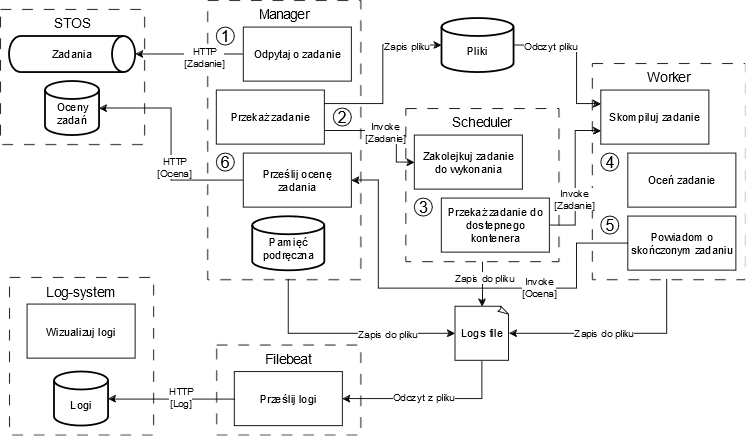
This is img/1/i3_arch.png from Projekt-Inzynierski-STOS-2024-2025/Praca-Inzynierska, a draw.io export, as it was before one commit. Source tidied: cells renumbered, new cells last; positions are measured from the earlier drawing's top-left corner, leaving out a move shared by most shapes.
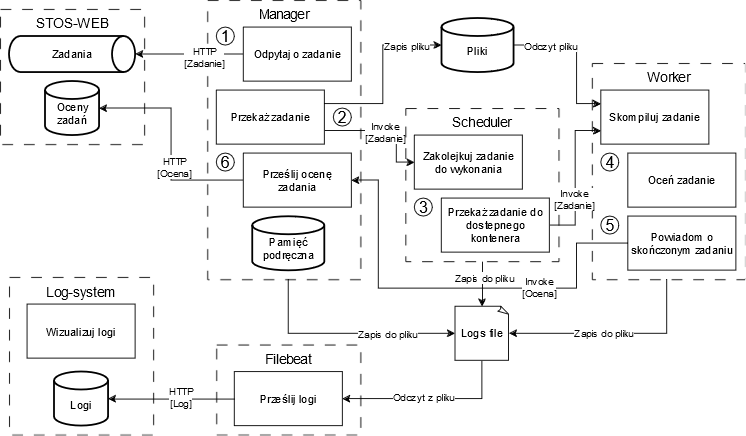
Above is the later version.

Change to the diagram source:
```diff
@@ -8,7 +8,7 @@
     <mxCell id="3" value="Worker" style="rounded=0;whiteSpace=wrap;html=1;verticalAlign=top;align=center;dashed=1;dashPattern=12 12;fontSize=15;" parent="1" vertex="1">
       <mxGeometry x="657" y="70" width="170" height="240" as="geometry" />
     </mxCell>
-    <mxCell id="4" value="STOS" style="rounded=0;whiteSpace=wrap;html=1;verticalAlign=top;align=center;dashed=1;dashPattern=12 12;fontSize=15;" parent="1" vertex="1">
+    <mxCell id="4" value="STOS-WEB" style="rounded=0;whiteSpace=wrap;html=1;verticalAlign=top;align=center;dashed=1;dashPattern=12 12;fontSize=15;" parent="1" vertex="1">
       <mxGeometry y="10" width="160" height="150" as="geometry" />
     </mxCell>
     <mxCell id="5" value="Zadania" style="strokeWidth=2;html=1;shape=mxgraph.flowchart.direct_data;whiteSpace=wrap;" parent="1" vertex="1">
```
